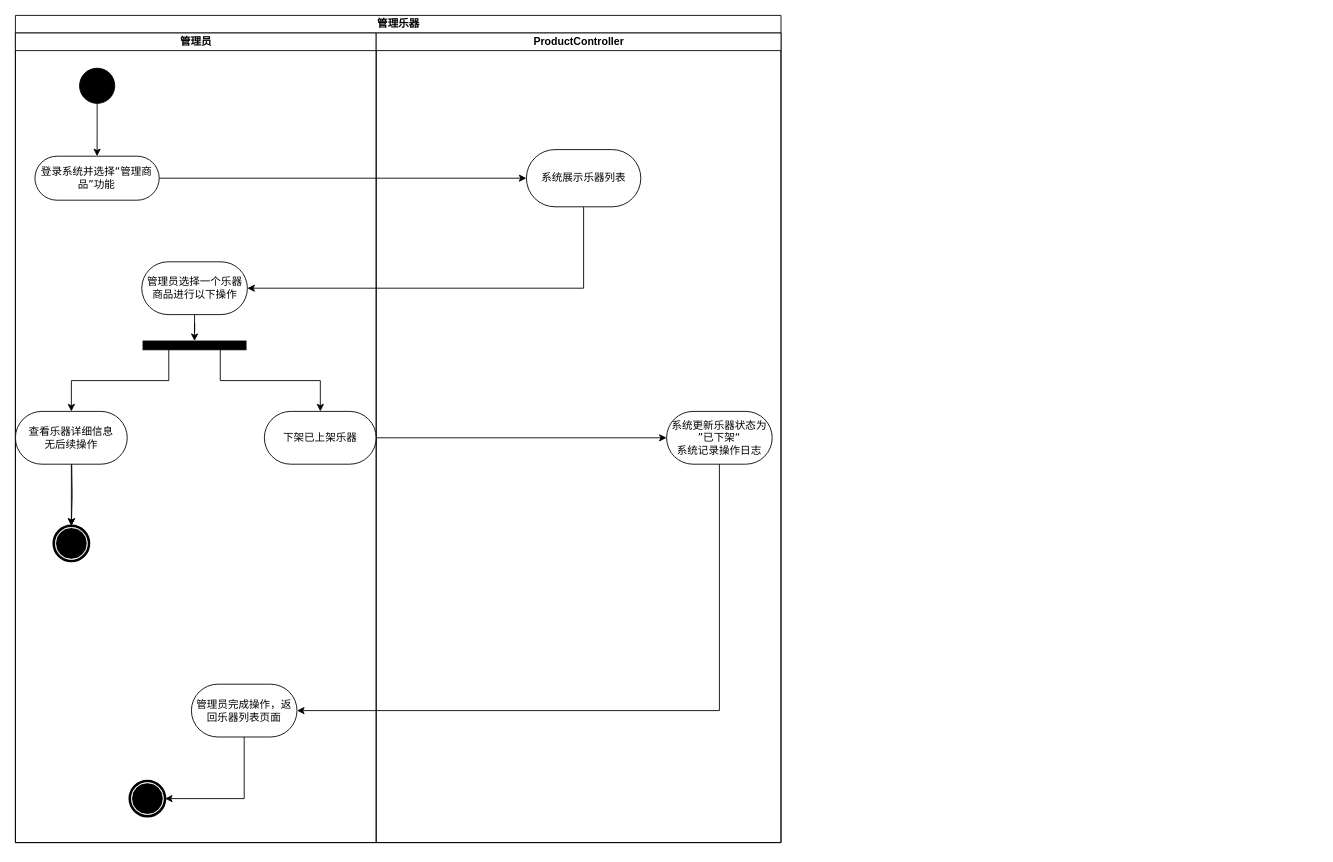
w1ntercube/TJ-SE-Design keeps this draw.io diagram as page "功能建模" (1 of 2) of 文档/需求分析规约文档/三种建模/06管理商品用例建模.drawio. Above is the earlier version. Source tidied: cells renumbered, new cells numbered last; positions are measured from the earlier drawing's top-left corner, leaving out a move shared by most shapes. Both pictures are drawn from the tidied source at 88%, with x=0, y=0 at pixel (15, 15).
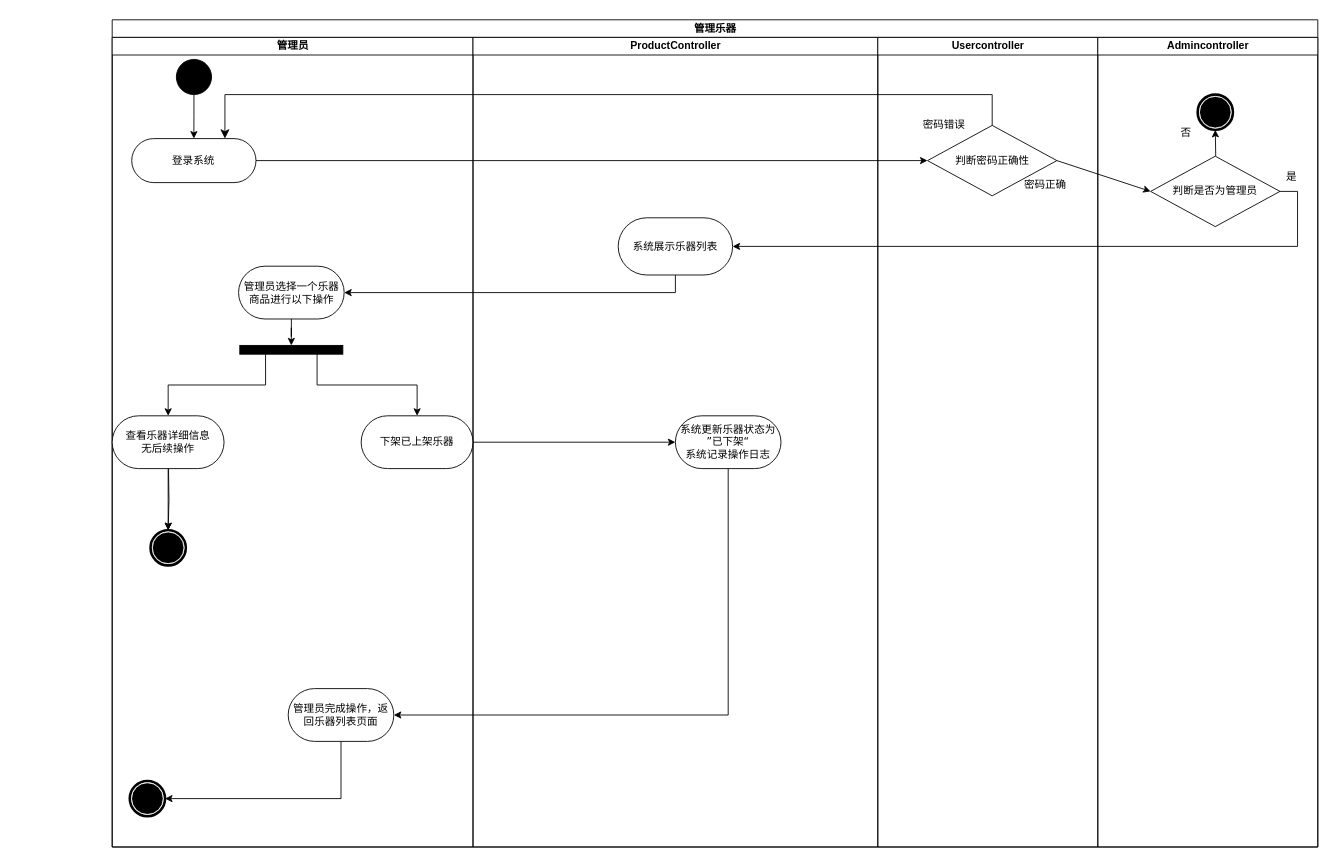
The same diagram, later.

The change refers to these unchanged cells:
```xml
<mxCell id="6" value="管理员" style="swimlane;html=1;startSize=20;" parent="2" vertex="1">
  <mxGeometry y="20" width="410" height="920" as="geometry" />
</mxCell>
<mxCell id="10" value="管理员选择一个乐器商品进行以下操作" style="whiteSpace=wrap;html=1;fontFamily=Verdana;rounded=1;shadow=0;comic=0;labelBackgroundColor=none;strokeWidth=1;arcSize=50;" parent="6" vertex="1">
  <mxGeometry x="143.6" y="260" width="120" height="60" as="geometry" />
</mxCell>
<mxCell id="17" value="下架已上架乐器" style="whiteSpace=wrap;html=1;fontFamily=Verdana;rounded=1;shadow=0;comic=0;labelBackgroundColor=none;strokeWidth=1;arcSize=50;" parent="6" vertex="1">
  <mxGeometry x="282.9" y="430" width="127.1" height="60" as="geometry" />
</mxCell>
<mxCell id="18" value="管理员完成操作，返回乐器列表页面" style="whiteSpace=wrap;html=1;fontFamily=Verdana;rounded=1;shadow=0;comic=0;labelBackgroundColor=none;strokeWidth=1;arcSize=50;" parent="6" vertex="1">
  <mxGeometry x="200" y="740" width="120" height="60" as="geometry" />
</mxCell>
<mxCell id="21" value="ProductController" style="swimlane;html=1;startSize=20;" parent="2" vertex="1">
  <mxGeometry x="410" y="20" width="460" height="920" as="geometry" />
</mxCell>
```

Change to the diagram source:
```diff
@@
     <mxCell id="2" value="管理乐器" style="swimlane;html=1;startSize=20;rounded=0;shadow=0;comic=0;labelBackgroundColor=none;strokeWidth=1;fontFamily=Verdana;fontSize=12;align=center;" parent="1" vertex="1">
-      <mxGeometry width="870" height="940" as="geometry" />
+      <mxGeometry x="110" y="5" width="1370" height="940" as="geometry" />
     </mxCell>
-    <mxCell id="3" style="edgeStyle=orthogonalEdgeStyle;rounded=0;jettySize=auto;html=1;entryX=0;entryY=0.5;entryDx=0;entryDy=0;" parent="2" edge="1" source="17" target="23">
-      <mxGeometry relative="1" as="geometry" />
-    </mxCell>
-    <mxCell id="4" style="edgeStyle=orthogonalEdgeStyle;rounded=0;jettySize=auto;html=1;" parent="2" edge="1" source="7" target="22">
-      <mxGeometry relative="1" as="geometry" />
-    </mxCell>
-    <mxCell id="5" style="edgeStyle=orthogonalEdgeStyle;rounded=0;jettySize=auto;html=1;exitX=0.5;exitY=1;exitDx=0;exitDy=0;entryX=1;entryY=0.5;entryDx=0;entryDy=0;" parent="2" edge="1" source="22" target="10">
-      <mxGeometry relative="1" as="geometry" />
-    </mxCell>
@@
-    <mxCell id="7" value="登录系统并选择“管理商品”功能" style="rounded=1;whiteSpace=wrap;html=1;shadow=0;comic=0;labelBackgroundColor=none;strokeWidth=1;fontFamily=Verdana;fontSize=12;align=center;arcSize=50;" parent="6" vertex="1">
-      <mxGeometry x="22.2" y="140" width="141.2" height="50" as="geometry" />
+    <mxCell id="7" value="登录系统" style="rounded=1;whiteSpace=wrap;html=1;shadow=0;comic=0;labelBackgroundColor=none;strokeWidth=1;fontFamily=Verdana;fontSize=12;align=center;arcSize=50;" parent="6" vertex="1">
+      <mxGeometry x="22.2" y="115" width="141.2" height="50" as="geometry" />
     </mxCell>
@@
     <mxCell id="9" style="ellipse;whiteSpace=wrap;html=1;rounded=0;shadow=0;comic=0;labelBackgroundColor=none;strokeWidth=1;fillColor=#000000;fontFamily=Verdana;fontSize=12;align=center;" parent="6" vertex="1">
-      <mxGeometry x="72.9" y="40" width="40" height="40" as="geometry" />
+      <mxGeometry x="72.9" y="25" width="40" height="40" as="geometry" />
     </mxCell>
@@
+    <mxCell id="5" style="edgeStyle=orthogonalEdgeStyle;rounded=0;jettySize=auto;html=1;exitX=0.5;exitY=1;exitDx=0;exitDy=0;entryX=1;entryY=0.5;entryDx=0;entryDy=0;" parent="2" edge="1" source="22" target="10">
+      <mxGeometry relative="1" as="geometry" />
+    </mxCell>
+    <mxCell id="3" style="edgeStyle=orthogonalEdgeStyle;rounded=0;jettySize=auto;html=1;entryX=0;entryY=0.5;entryDx=0;entryDy=0;" parent="2" edge="1" source="17" target="23">
+      <mxGeometry relative="1" as="geometry" />
+    </mxCell>
+    <mxCell id="24" style="edgeStyle=orthogonalEdgeStyle;rounded=0;jettySize=auto;html=1;exitX=0.5;exitY=1;exitDx=0;exitDy=0;entryX=1;entryY=0.5;entryDx=0;entryDy=0;" parent="2" edge="1" source="23" target="18">
+      <mxGeometry relative="1" as="geometry">
+        <Array as="points">
+          <mxPoint x="700" y="790" />
+        </Array>
+      </mxGeometry>
+    </mxCell>
@@
     <mxCell id="22" value="系统展示乐器列表" style="whiteSpace=wrap;html=1;fontFamily=Verdana;rounded=1;shadow=0;comic=0;labelBackgroundColor=none;strokeWidth=1;arcSize=50;" parent="21" vertex="1">
-      <mxGeometry x="170.7" y="132.5" width="130" height="65" as="geometry" />
+      <mxGeometry x="165" y="205" width="130" height="65" as="geometry" />
     </mxCell>
     <mxCell id="23" value="&lt;div&gt;系统更新乐器状态为&lt;/div&gt;&lt;div&gt;”已下架“&lt;/div&gt;系统记录操作日志" style="whiteSpace=wrap;html=1;fontFamily=Verdana;rounded=1;shadow=0;comic=0;labelBackgroundColor=none;strokeWidth=1;arcSize=50;" parent="21" vertex="1">
-      <mxGeometry x="330" y="430" width="120" height="60" as="geometry" />
+      <mxGeometry x="230" y="430" width="120" height="60" as="geometry" />
     </mxCell>
-    <mxCell id="24" style="edgeStyle=orthogonalEdgeStyle;rounded=0;jettySize=auto;html=1;exitX=0.5;exitY=1;exitDx=0;exitDy=0;entryX=1;entryY=0.5;entryDx=0;entryDy=0;" parent="2" edge="1" source="23" target="18">
-      <mxGeometry relative="1" as="geometry">
-        <Array as="points">
-          <mxPoint x="800" y="790" />
-        </Array>
-      </mxGeometry>
-    </mxCell>
+    <mxCell id="27" value="Usercontroller" style="swimlane;html=1;startSize=20;" parent="2" vertex="1">
+      <mxGeometry x="870" y="20" width="250" height="920" as="geometry" />
+    </mxCell>
+    <mxCell id="28" value="&lt;span style=&quot;font-family: Verdana;&quot;&gt;判断密码正确性&lt;/span&gt;" style="rhombus;whiteSpace=wrap;html=1;" parent="27" vertex="1">
+      <mxGeometry x="56.5" y="100" width="147" height="80" as="geometry" />
+    </mxCell>
+    <mxCell id="29" value="密码错误" style="text;html=1;align=center;verticalAlign=middle;strokeColor=none;fillColor=none;" parent="27" vertex="1">
+      <mxGeometry x="40" y="85" width="70" height="30" as="geometry" />
+    </mxCell>
+    <mxCell id="4" style="edgeStyle=orthogonalEdgeStyle;rounded=0;jettySize=auto;html=1;exitX=1;exitY=0.5;exitDx=0;exitDy=0;" parent="2" edge="1" source="34" target="22">
+      <mxGeometry relative="1" as="geometry" />
+    </mxCell>
+    <mxCell id="30" style="endArrow=classic;html=1;rounded=0;exitX=1;exitY=0.5;exitDx=0;exitDy=0;entryX=0;entryY=0.5;entryDx=0;entryDy=0;" parent="2" edge="1" source="7" target="28">
+      <mxGeometry relative="1" as="geometry" />
+    </mxCell>
+    <mxCell id="31" style="edgeStyle=segmentEdgeStyle;endArrow=classic;html=1;curved=0;rounded=0;endSize=8;startSize=8;entryX=0.75;entryY=0;entryDx=0;entryDy=0;exitX=0.5;exitY=0;exitDx=0;exitDy=0;" parent="2" edge="1" source="28" target="7">
+      <mxGeometry relative="1" as="geometry">
+        <Array as="points">
+          <mxPoint x="1000" y="85" />
+          <mxPoint x="128" y="85" />
+        </Array>
+      </mxGeometry>
+    </mxCell>
+    <mxCell id="32" style="endArrow=classic;html=1;rounded=0;exitX=1;exitY=0.5;exitDx=0;exitDy=0;entryX=0;entryY=0.5;entryDx=0;entryDy=0;" parent="2" edge="1" source="28" target="34">
+      <mxGeometry relative="1" as="geometry" />
+    </mxCell>
+    <mxCell id="33" value="Admincontroller" style="swimlane;html=1;startSize=20;" parent="2" vertex="1">
+      <mxGeometry x="1120" y="20" width="250" height="920" as="geometry" />
+    </mxCell>
+    <mxCell id="34" value="&lt;span style=&quot;font-family: Verdana;&quot;&gt;判断是否为管理员&lt;/span&gt;" style="rhombus;whiteSpace=wrap;html=1;" parent="33" vertex="1">
+      <mxGeometry x="60" y="135" width="147" height="80" as="geometry" />
+    </mxCell>
+    <mxCell id="35" style="shape=mxgraph.bpmn.shape;html=1;verticalLabelPosition=bottom;labelBackgroundColor=#ffffff;verticalAlign=top;perimeter=ellipsePerimeter;outline=end;symbol=terminate;rounded=0;shadow=0;comic=0;strokeWidth=1;fontFamily=Verdana;fontSize=12;align=center;" parent="33" vertex="1">
+      <mxGeometry x="113.5" y="65" width="40" height="40" as="geometry" />
+    </mxCell>
+    <mxCell id="36" style="endArrow=classic;html=1;rounded=0;entryX=0.5;entryY=1;entryDx=0;entryDy=0;" parent="33" edge="1" target="35">
+      <mxGeometry relative="1" as="geometry">
+        <mxPoint x="134" y="135" as="sourcePoint" />
+      </mxGeometry>
+    </mxCell>
@@
+    <mxCell id="37" value="否" style="text;html=1;align=center;verticalAlign=middle;strokeColor=none;fillColor=none;" parent="1" vertex="1">
+      <mxGeometry x="1310" y="118" width="40" height="30" as="geometry" />
+    </mxCell>
+    <mxCell id="38" value="是" style="text;html=1;align=center;verticalAlign=middle;strokeColor=none;fillColor=none;" parent="1" vertex="1">
+      <mxGeometry x="1430" y="168" width="40" height="30" as="geometry" />
+    </mxCell>
+    <mxCell id="39" value="密码正确" style="text;html=1;align=center;verticalAlign=middle;strokeColor=none;fillColor=none;" parent="1" vertex="1">
+      <mxGeometry x="1135" y="178" width="70" height="30" as="geometry" />
+    </mxCell>
```
